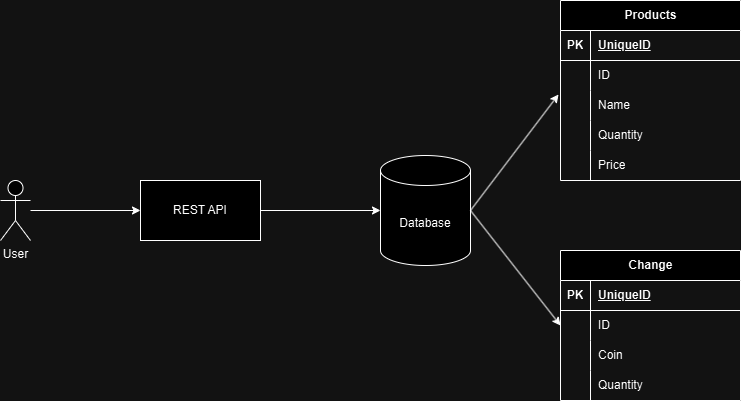
DiogoAndreBotas/onfido-vending-machine keeps this draw.io diagram as resources/architecture_diagram.drawio.png. Above is the earlier version. Source tidied: cells renumbered, new cells last; positions are measured from the earlier drawing's top-left corner, leaving out a move shared by most shapes. Source of this version:
```xml
<mxGraphModel>
  <root>
    <mxCell id="0" />
    <mxCell id="1" parent="0" />
    <mxCell id="2" value="REST API" style="rounded=0;whiteSpace=wrap;html=1;" parent="1" vertex="1">
      <mxGeometry x="140" y="180" width="120" height="60" as="geometry" />
    </mxCell>
    <mxCell id="3" style="edgeStyle=orthogonalEdgeStyle;rounded=0;jettySize=auto;html=1;entryX=0;entryY=0.5;entryDx=0;entryDy=0;" parent="1" edge="1" source="4" target="2">
      <mxGeometry relative="1" as="geometry" />
    </mxCell>
    <mxCell id="4" value="User" style="shape=umlActor;verticalLabelPosition=bottom;verticalAlign=top;html=1;outlineConnect=0;" parent="1" vertex="1">
      <mxGeometry y="180" width="30" height="60" as="geometry" />
    </mxCell>
    <mxCell id="5" value="Database" style="shape=cylinder3;whiteSpace=wrap;html=1;boundedLbl=1;backgroundOutline=1;size=15;" parent="1" vertex="1">
      <mxGeometry x="380" y="155" width="90" height="110" as="geometry" />
    </mxCell>
    <mxCell id="6" value="Products" style="shape=table;startSize=30;rowLines=0;fontStyle=1;align=center;html=1;" parent="1" vertex="1">
      <mxGeometry x="560" width="180" height="180" as="geometry" />
    </mxCell>
    <mxCell id="7" style="shape=tableRow;horizontal=0;startSize=0;swimlaneHead=0;swimlaneBody=0;fillColor=none;top=0;left=0;right=0;bottom=1;" parent="6" vertex="1">
      <mxGeometry y="30" width="180" height="30" as="geometry" />
    </mxCell>
    <mxCell id="8" value="PK" style="shape=partialRectangle;fillColor=none;top=0;left=0;bottom=0;right=0;fontStyle=1;overflow=hidden;whiteSpace=wrap;html=1;" parent="7" vertex="1">
      <mxGeometry width="30" height="30" as="geometry" />
    </mxCell>
    <mxCell id="9" value="UniqueID" style="shape=partialRectangle;fillColor=none;top=0;left=0;bottom=0;right=0;align=left;spacingLeft=6;fontStyle=5;overflow=hidden;whiteSpace=wrap;html=1;" parent="7" vertex="1">
      <mxGeometry x="30" width="150" height="30" as="geometry" />
    </mxCell>
    <mxCell id="10" style="shape=tableRow;horizontal=0;startSize=0;swimlaneHead=0;swimlaneBody=0;fillColor=none;top=0;left=0;right=0;bottom=0;" parent="6" vertex="1">
      <mxGeometry y="60" width="180" height="30" as="geometry" />
    </mxCell>
    <mxCell id="11" style="shape=partialRectangle;fillColor=none;top=0;left=0;bottom=0;right=0;overflow=hidden;whiteSpace=wrap;html=1;" parent="10" vertex="1">
      <mxGeometry width="30" height="30" as="geometry" />
    </mxCell>
    <mxCell id="12" value="ID" style="shape=partialRectangle;fillColor=none;top=0;left=0;bottom=0;right=0;align=left;spacingLeft=6;overflow=hidden;whiteSpace=wrap;html=1;" parent="10" vertex="1">
      <mxGeometry x="30" width="150" height="30" as="geometry" />
    </mxCell>
    <mxCell id="13" style="shape=tableRow;horizontal=0;startSize=0;swimlaneHead=0;swimlaneBody=0;fillColor=none;points=[[0,0.5],[1,0.5]];portConstraint=eastwest;top=0;left=0;right=0;bottom=0;" parent="6" vertex="1">
      <mxGeometry y="90" width="180" height="30" as="geometry" />
    </mxCell>
    <mxCell id="14" style="shape=partialRectangle;fillColor=none;top=0;left=0;bottom=0;right=0;overflow=hidden;whiteSpace=wrap;html=1;" parent="13" vertex="1">
      <mxGeometry width="30" height="30" as="geometry" />
    </mxCell>
    <mxCell id="15" value="Name" style="shape=partialRectangle;fillColor=none;top=0;left=0;bottom=0;right=0;align=left;spacingLeft=6;overflow=hidden;whiteSpace=wrap;html=1;" parent="13" vertex="1">
      <mxGeometry x="30" width="150" height="30" as="geometry" />
    </mxCell>
    <mxCell id="16" style="shape=tableRow;horizontal=0;startSize=0;swimlaneHead=0;swimlaneBody=0;fillColor=none;top=0;left=0;right=0;bottom=0;" parent="6" vertex="1">
      <mxGeometry y="120" width="180" height="30" as="geometry" />
    </mxCell>
    <mxCell id="17" style="shape=partialRectangle;fillColor=none;top=0;left=0;bottom=0;right=0;overflow=hidden;whiteSpace=wrap;html=1;" parent="16" vertex="1">
      <mxGeometry width="30" height="30" as="geometry" />
    </mxCell>
    <mxCell id="18" value="Quantity" style="shape=partialRectangle;fillColor=none;top=0;left=0;bottom=0;right=0;align=left;spacingLeft=6;overflow=hidden;whiteSpace=wrap;html=1;" parent="16" vertex="1">
      <mxGeometry x="30" width="150" height="30" as="geometry" />
    </mxCell>
    <mxCell id="19" style="shape=tableRow;horizontal=0;startSize=0;swimlaneHead=0;swimlaneBody=0;fillColor=none;top=0;left=0;right=0;bottom=0;" parent="6" vertex="1">
      <mxGeometry y="150" width="180" height="30" as="geometry" />
    </mxCell>
    <mxCell id="20" style="shape=partialRectangle;fillColor=none;top=0;left=0;bottom=0;right=0;overflow=hidden;whiteSpace=wrap;html=1;" parent="19" vertex="1">
      <mxGeometry width="30" height="30" as="geometry" />
    </mxCell>
    <mxCell id="21" value="Price" style="shape=partialRectangle;fillColor=none;top=0;left=0;bottom=0;right=0;align=left;spacingLeft=6;overflow=hidden;whiteSpace=wrap;html=1;" parent="19" vertex="1">
      <mxGeometry x="30" width="150" height="30" as="geometry" />
    </mxCell>
    <mxCell id="22" value="Change" style="shape=table;startSize=30;rowLines=0;fontStyle=1;align=center;html=1;" parent="1" vertex="1">
      <mxGeometry x="560" y="250" width="180" height="150" as="geometry" />
    </mxCell>
    <mxCell id="23" style="shape=tableRow;horizontal=0;startSize=0;swimlaneHead=0;swimlaneBody=0;fillColor=none;top=0;left=0;right=0;bottom=1;" parent="22" vertex="1">
      <mxGeometry y="30" width="180" height="30" as="geometry" />
    </mxCell>
    <mxCell id="24" value="PK" style="shape=partialRectangle;fillColor=none;top=0;left=0;bottom=0;right=0;fontStyle=1;overflow=hidden;whiteSpace=wrap;html=1;" parent="23" vertex="1">
      <mxGeometry width="30" height="30" as="geometry" />
    </mxCell>
    <mxCell id="25" value="UniqueID" style="shape=partialRectangle;fillColor=none;top=0;left=0;bottom=0;right=0;align=left;spacingLeft=6;fontStyle=5;overflow=hidden;whiteSpace=wrap;html=1;" parent="23" vertex="1">
      <mxGeometry x="30" width="150" height="30" as="geometry" />
    </mxCell>
    <mxCell id="26" style="shape=tableRow;horizontal=0;startSize=0;swimlaneHead=0;swimlaneBody=0;fillColor=none;points=[[0,0.5],[1,0.5]];portConstraint=eastwest;top=0;left=0;right=0;bottom=0;" parent="22" vertex="1">
      <mxGeometry y="60" width="180" height="30" as="geometry" />
    </mxCell>
    <mxCell id="27" style="shape=partialRectangle;fillColor=none;top=0;left=0;bottom=0;right=0;overflow=hidden;whiteSpace=wrap;html=1;" parent="26" vertex="1">
      <mxGeometry width="30" height="30" as="geometry" />
    </mxCell>
    <mxCell id="28" value="ID" style="shape=partialRectangle;fillColor=none;top=0;left=0;bottom=0;right=0;align=left;spacingLeft=6;overflow=hidden;whiteSpace=wrap;html=1;" parent="26" vertex="1">
      <mxGeometry x="30" width="150" height="30" as="geometry" />
    </mxCell>
    <mxCell id="29" style="shape=tableRow;horizontal=0;startSize=0;swimlaneHead=0;swimlaneBody=0;fillColor=none;points=[[0,0.5],[1,0.5]];portConstraint=eastwest;top=0;left=0;right=0;bottom=0;" parent="22" vertex="1">
      <mxGeometry y="90" width="180" height="30" as="geometry" />
    </mxCell>
    <mxCell id="30" style="shape=partialRectangle;fillColor=none;top=0;left=0;bottom=0;right=0;overflow=hidden;whiteSpace=wrap;html=1;" parent="29" vertex="1">
      <mxGeometry width="30" height="30" as="geometry" />
    </mxCell>
    <mxCell id="31" value="Coin" style="shape=partialRectangle;fillColor=none;top=0;left=0;bottom=0;right=0;align=left;spacingLeft=6;overflow=hidden;whiteSpace=wrap;html=1;" parent="29" vertex="1">
      <mxGeometry x="30" width="150" height="30" as="geometry" />
    </mxCell>
    <mxCell id="32" style="shape=tableRow;horizontal=0;startSize=0;swimlaneHead=0;swimlaneBody=0;fillColor=none;top=0;left=0;right=0;bottom=0;" parent="22" vertex="1">
      <mxGeometry y="120" width="180" height="30" as="geometry" />
    </mxCell>
    <mxCell id="33" style="shape=partialRectangle;fillColor=none;top=0;left=0;bottom=0;right=0;overflow=hidden;whiteSpace=wrap;html=1;" parent="32" vertex="1">
      <mxGeometry width="30" height="30" as="geometry" />
    </mxCell>
    <mxCell id="34" value="Quantity" style="shape=partialRectangle;fillColor=none;top=0;left=0;bottom=0;right=0;align=left;spacingLeft=6;overflow=hidden;whiteSpace=wrap;html=1;" parent="32" vertex="1">
      <mxGeometry x="30" width="150" height="30" as="geometry" />
    </mxCell>
    <mxCell id="35" style="endArrow=classic;html=1;rounded=0;exitX=1;exitY=0.5;exitDx=0;exitDy=0;exitPerimeter=0;entryX=-0.011;entryY=0.133;entryDx=0;entryDy=0;entryPerimeter=0;" parent="1" edge="1" source="5" target="13">
      <mxGeometry relative="1" as="geometry" />
    </mxCell>
    <mxCell id="36" style="endArrow=classic;html=1;rounded=0;exitX=1;exitY=0.5;exitDx=0;exitDy=0;exitPerimeter=0;entryX=0;entryY=0.5;entryDx=0;entryDy=0;" parent="1" edge="1" source="5" target="26">
      <mxGeometry relative="1" as="geometry" />
    </mxCell>
    <mxCell id="37" style="edgeStyle=orthogonalEdgeStyle;rounded=0;jettySize=auto;html=1;entryX=0;entryY=0.5;entryDx=0;entryDy=0;entryPerimeter=0;" parent="1" edge="1" source="2" target="5">
      <mxGeometry relative="1" as="geometry" />
    </mxCell>
  </root>
</mxGraphModel>
```
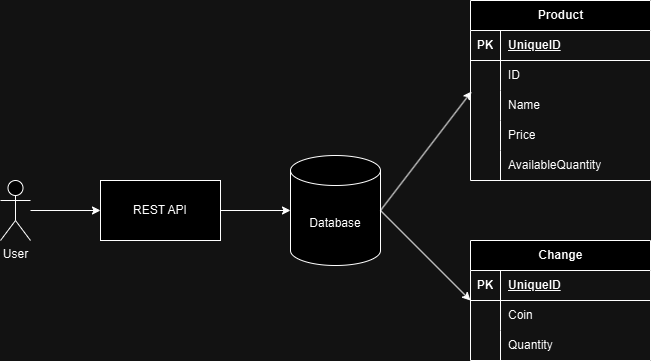
The same diagram one commit later.

What changed in the source:
```diff
@@ -3,18 +3,18 @@
     <mxCell id="0" />
     <mxCell id="1" parent="0" />
     <mxCell id="2" value="REST API" style="rounded=0;whiteSpace=wrap;html=1;" parent="1" vertex="1">
-      <mxGeometry x="140" y="180" width="120" height="60" as="geometry" />
+      <mxGeometry x="190" y="180" width="120" height="60" as="geometry" />
     </mxCell>
     <mxCell id="3" style="edgeStyle=orthogonalEdgeStyle;rounded=0;jettySize=auto;html=1;entryX=0;entryY=0.5;entryDx=0;entryDy=0;" parent="1" edge="1" source="4" target="2">
       <mxGeometry relative="1" as="geometry" />
     </mxCell>
     <mxCell id="4" value="User" style="shape=umlActor;verticalLabelPosition=bottom;verticalAlign=top;html=1;outlineConnect=0;" parent="1" vertex="1">
-      <mxGeometry y="180" width="30" height="60" as="geometry" />
+      <mxGeometry x="90" y="180" width="30" height="60" as="geometry" />
     </mxCell>
     <mxCell id="5" value="Database" style="shape=cylinder3;whiteSpace=wrap;html=1;boundedLbl=1;backgroundOutline=1;size=15;" parent="1" vertex="1">
       <mxGeometry x="380" y="155" width="90" height="110" as="geometry" />
     </mxCell>
-    <mxCell id="6" value="Products" style="shape=table;startSize=30;rowLines=0;fontStyle=1;align=center;html=1;" parent="1" vertex="1">
+    <mxCell id="6" value="Product" style="shape=table;startSize=30;rowLines=0;fontStyle=1;align=center;html=1;" parent="1" vertex="1">
       <mxGeometry x="560" width="180" height="180" as="geometry" />
     </mxCell>
     <mxCell id="7" style="shape=tableRow;horizontal=0;startSize=0;swimlaneHead=0;swimlaneBody=0;fillColor=none;top=0;left=0;right=0;bottom=1;" parent="6" vertex="1">
@@ -50,7 +50,7 @@
     <mxCell id="17" style="shape=partialRectangle;fillColor=none;top=0;left=0;bottom=0;right=0;overflow=hidden;whiteSpace=wrap;html=1;" parent="16" vertex="1">
       <mxGeometry width="30" height="30" as="geometry" />
     </mxCell>
-    <mxCell id="18" value="Quantity" style="shape=partialRectangle;fillColor=none;top=0;left=0;bottom=0;right=0;align=left;spacingLeft=6;overflow=hidden;whiteSpace=wrap;html=1;" parent="16" vertex="1">
+    <mxCell id="18" value="Price" style="shape=partialRectangle;fillColor=none;top=0;left=0;bottom=0;right=0;align=left;spacingLeft=6;overflow=hidden;whiteSpace=wrap;html=1;" parent="16" vertex="1">
       <mxGeometry x="30" width="150" height="30" as="geometry" />
     </mxCell>
     <mxCell id="19" style="shape=tableRow;horizontal=0;startSize=0;swimlaneHead=0;swimlaneBody=0;fillColor=none;top=0;left=0;right=0;bottom=0;" parent="6" vertex="1">
@@ -59,11 +59,20 @@
     <mxCell id="20" style="shape=partialRectangle;fillColor=none;top=0;left=0;bottom=0;right=0;overflow=hidden;whiteSpace=wrap;html=1;" parent="19" vertex="1">
       <mxGeometry width="30" height="30" as="geometry" />
     </mxCell>
-    <mxCell id="21" value="Price" style="shape=partialRectangle;fillColor=none;top=0;left=0;bottom=0;right=0;align=left;spacingLeft=6;overflow=hidden;whiteSpace=wrap;html=1;" parent="19" vertex="1">
+    <mxCell id="21" value="AvailableQuantity" style="shape=partialRectangle;fillColor=none;top=0;left=0;bottom=0;right=0;align=left;spacingLeft=6;overflow=hidden;whiteSpace=wrap;html=1;" parent="19" vertex="1">
       <mxGeometry x="30" width="150" height="30" as="geometry" />
     </mxCell>
+    <mxCell id="35" style="endArrow=classic;html=1;rounded=0;exitX=1;exitY=0.5;exitDx=0;exitDy=0;exitPerimeter=0;entryX=0.006;entryY=0.033;entryDx=0;entryDy=0;entryPerimeter=0;" parent="1" edge="1" source="5" target="13">
+      <mxGeometry relative="1" as="geometry" />
+    </mxCell>
+    <mxCell id="36" style="endArrow=classic;html=1;rounded=0;exitX=1;exitY=0.5;exitDx=0;exitDy=0;exitPerimeter=0;entryX=0;entryY=0;entryDx=0;entryDy=0;entryPerimeter=0;" parent="1" edge="1" source="5" target="29">
+      <mxGeometry relative="1" as="geometry" />
+    </mxCell>
+    <mxCell id="37" style="edgeStyle=orthogonalEdgeStyle;rounded=0;jettySize=auto;html=1;entryX=0;entryY=0.5;entryDx=0;entryDy=0;entryPerimeter=0;" parent="1" edge="1" source="2" target="5">
+      <mxGeometry relative="1" as="geometry" />
+    </mxCell>
     <mxCell id="22" value="Change" style="shape=table;startSize=30;rowLines=0;fontStyle=1;align=center;html=1;" parent="1" vertex="1">
-      <mxGeometry x="560" y="250" width="180" height="150" as="geometry" />
+      <mxGeometry x="560" y="240" width="180" height="120" as="geometry" />
     </mxCell>
     <mxCell id="23" style="shape=tableRow;horizontal=0;startSize=0;swimlaneHead=0;swimlaneBody=0;fillColor=none;top=0;left=0;right=0;bottom=1;" parent="22" vertex="1">
       <mxGeometry y="30" width="180" height="30" as="geometry" />
@@ -74,17 +83,8 @@
     <mxCell id="25" value="UniqueID" style="shape=partialRectangle;fillColor=none;top=0;left=0;bottom=0;right=0;align=left;spacingLeft=6;fontStyle=5;overflow=hidden;whiteSpace=wrap;html=1;" parent="23" vertex="1">
       <mxGeometry x="30" width="150" height="30" as="geometry" />
     </mxCell>
-    <mxCell id="26" style="shape=tableRow;horizontal=0;startSize=0;swimlaneHead=0;swimlaneBody=0;fillColor=none;points=[[0,0.5],[1,0.5]];portConstraint=eastwest;top=0;left=0;right=0;bottom=0;" parent="22" vertex="1">
-      <mxGeometry y="60" width="180" height="30" as="geometry" />
-    </mxCell>
-    <mxCell id="27" style="shape=partialRectangle;fillColor=none;top=0;left=0;bottom=0;right=0;overflow=hidden;whiteSpace=wrap;html=1;" parent="26" vertex="1">
-      <mxGeometry width="30" height="30" as="geometry" />
-    </mxCell>
-    <mxCell id="28" value="ID" style="shape=partialRectangle;fillColor=none;top=0;left=0;bottom=0;right=0;align=left;spacingLeft=6;overflow=hidden;whiteSpace=wrap;html=1;" parent="26" vertex="1">
-      <mxGeometry x="30" width="150" height="30" as="geometry" />
-    </mxCell>
     <mxCell id="29" style="shape=tableRow;horizontal=0;startSize=0;swimlaneHead=0;swimlaneBody=0;fillColor=none;points=[[0,0.5],[1,0.5]];portConstraint=eastwest;top=0;left=0;right=0;bottom=0;" parent="22" vertex="1">
-      <mxGeometry y="90" width="180" height="30" as="geometry" />
+      <mxGeometry y="60" width="180" height="30" as="geometry" />
     </mxCell>
     <mxCell id="30" style="shape=partialRectangle;fillColor=none;top=0;left=0;bottom=0;right=0;overflow=hidden;whiteSpace=wrap;html=1;" parent="29" vertex="1">
       <mxGeometry width="30" height="30" as="geometry" />
@@ -93,7 +93,7 @@
       <mxGeometry x="30" width="150" height="30" as="geometry" />
     </mxCell>
     <mxCell id="32" style="shape=tableRow;horizontal=0;startSize=0;swimlaneHead=0;swimlaneBody=0;fillColor=none;top=0;left=0;right=0;bottom=0;" parent="22" vertex="1">
-      <mxGeometry y="120" width="180" height="30" as="geometry" />
+      <mxGeometry y="90" width="180" height="30" as="geometry" />
     </mxCell>
     <mxCell id="33" style="shape=partialRectangle;fillColor=none;top=0;left=0;bottom=0;right=0;overflow=hidden;whiteSpace=wrap;html=1;" parent="32" vertex="1">
       <mxGeometry width="30" height="30" as="geometry" />
@@ -101,14 +101,5 @@
     <mxCell id="34" value="Quantity" style="shape=partialRectangle;fillColor=none;top=0;left=0;bottom=0;right=0;align=left;spacingLeft=6;overflow=hidden;whiteSpace=wrap;html=1;" parent="32" vertex="1">
       <mxGeometry x="30" width="150" height="30" as="geometry" />
     </mxCell>
-    <mxCell id="35" style="endArrow=classic;html=1;rounded=0;exitX=1;exitY=0.5;exitDx=0;exitDy=0;exitPerimeter=0;entryX=-0.011;entryY=0.133;entryDx=0;entryDy=0;entryPerimeter=0;" parent="1" edge="1" source="5" target="13">
-      <mxGeometry relative="1" as="geometry" />
-    </mxCell>
-    <mxCell id="36" style="endArrow=classic;html=1;rounded=0;exitX=1;exitY=0.5;exitDx=0;exitDy=0;exitPerimeter=0;entryX=0;entryY=0.5;entryDx=0;entryDy=0;" parent="1" edge="1" source="5" target="26">
-      <mxGeometry relative="1" as="geometry" />
-    </mxCell>
-    <mxCell id="37" style="edgeStyle=orthogonalEdgeStyle;rounded=0;jettySize=auto;html=1;entryX=0;entryY=0.5;entryDx=0;entryDy=0;entryPerimeter=0;" parent="1" edge="1" source="2" target="5">
-      <mxGeometry relative="1" as="geometry" />
-    </mxCell>
   </root>
 </mxGraphModel>
```
